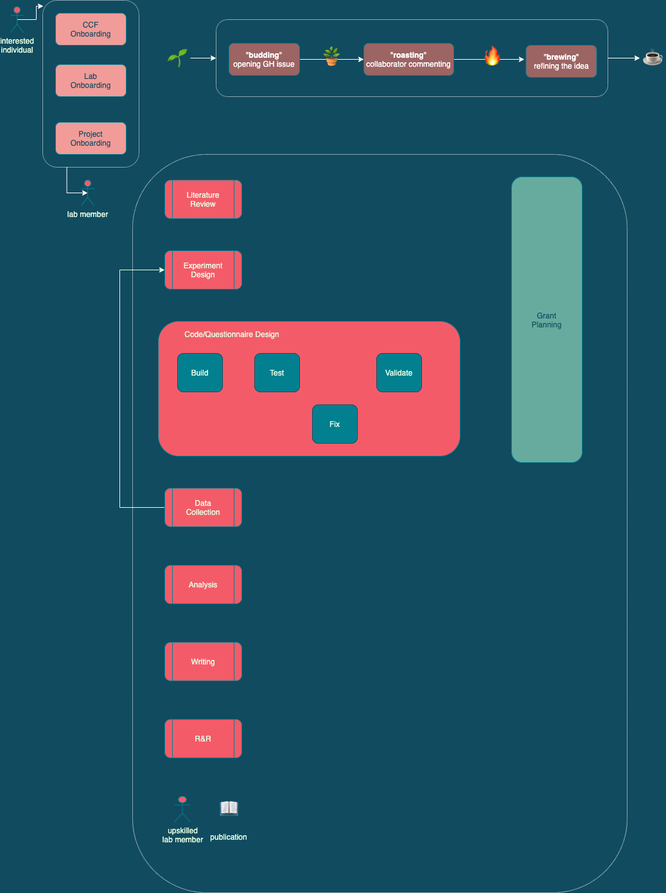
Above: Untitled Diagram.png in jessb0t/marathons (draw.io), before the change. Source tidied: cells renumbered, new cells last; positions are measured from the earlier drawing's top-left corner, leaving out a move shared by most shapes.
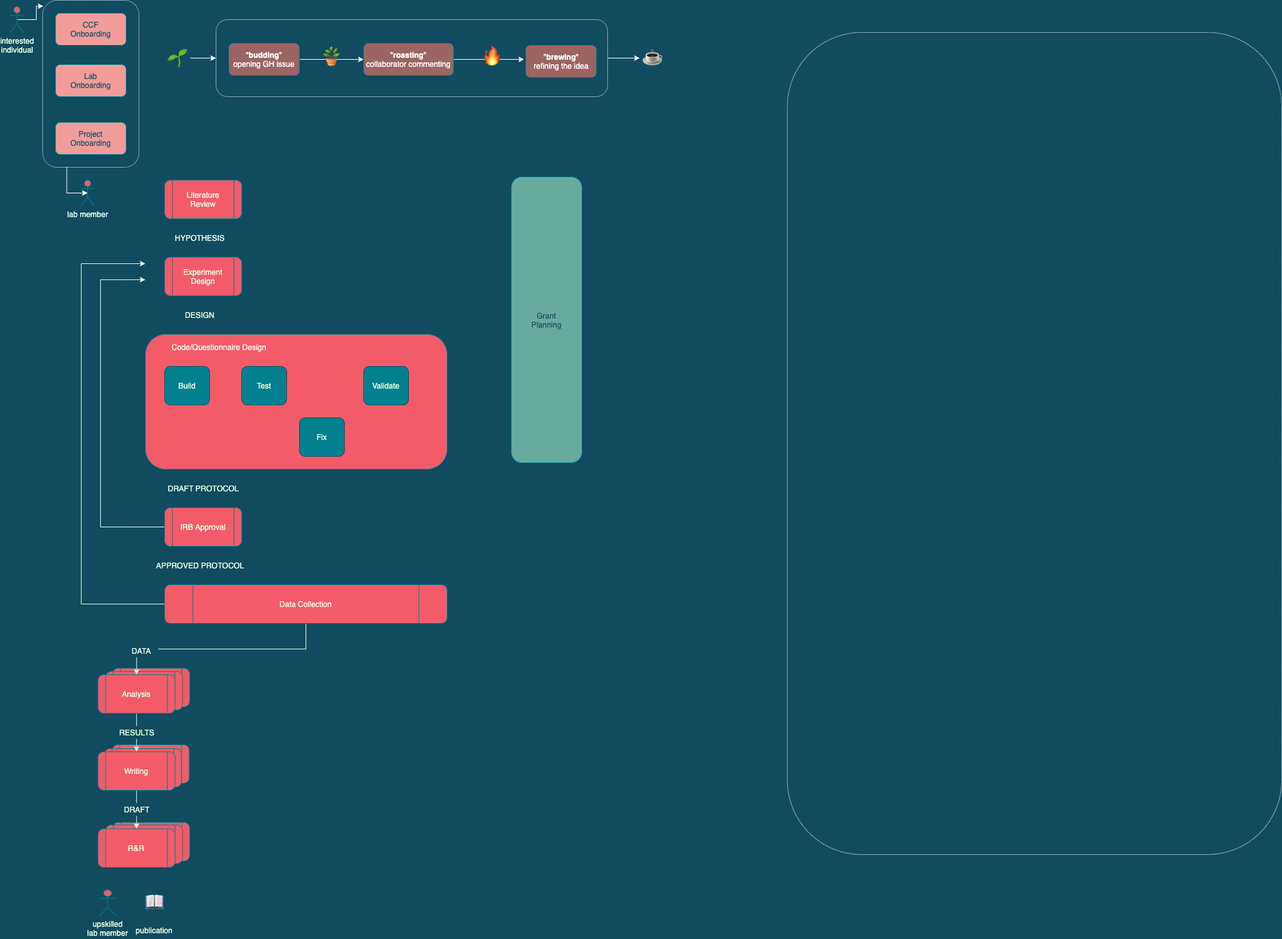
After the change.

Diff of the diagram source:
```diff
@@ -2,8 +2,26 @@
   <root>
     <mxCell id="0" />
     <mxCell id="1" parent="0" />
+    <mxCell id="39" value="R&amp;amp;R" style="shape=process;whiteSpace=wrap;html=1;backgroundOutline=1;rounded=1;sketch=0;fontColor=#E4FDE1;strokeColor=#028090;fillColor=#F45B69;shadow=0;" parent="1" vertex="1">
+      <mxGeometry x="159" y="1280" width="120" height="60" as="geometry" />
+    </mxCell>
+    <mxCell id="40" value="R&amp;amp;R" style="shape=process;whiteSpace=wrap;html=1;backgroundOutline=1;rounded=1;sketch=0;fontColor=#E4FDE1;strokeColor=#028090;fillColor=#F45B69;shadow=0;" parent="1" vertex="1">
+      <mxGeometry x="148" y="1284" width="120" height="60" as="geometry" />
+    </mxCell>
+    <mxCell id="41" value="Writing" style="shape=process;whiteSpace=wrap;html=1;backgroundOutline=1;rounded=1;sketch=0;fontColor=#E4FDE1;strokeColor=#028090;fillColor=#F45B69;shadow=0;" parent="1" vertex="1">
+      <mxGeometry x="158.2" y="1159" width="120" height="60" as="geometry" />
+    </mxCell>
+    <mxCell id="42" value="Writing" style="shape=process;whiteSpace=wrap;html=1;backgroundOutline=1;rounded=1;sketch=0;fontColor=#E4FDE1;strokeColor=#028090;fillColor=#F45B69;shadow=0;" parent="1" vertex="1">
+      <mxGeometry x="146.2" y="1165" width="120" height="60" as="geometry" />
+    </mxCell>
+    <mxCell id="43" value="Analysis" style="shape=process;whiteSpace=wrap;html=1;backgroundOutline=1;rounded=1;sketch=0;fontColor=#E4FDE1;strokeColor=#028090;fillColor=#F45B69;shadow=0;" parent="1" vertex="1">
+      <mxGeometry x="159" y="1040" width="120" height="60" as="geometry" />
+    </mxCell>
+    <mxCell id="44" value="Analysis" style="shape=process;whiteSpace=wrap;html=1;backgroundOutline=1;rounded=1;sketch=0;fontColor=#E4FDE1;strokeColor=#028090;fillColor=#F45B69;shadow=0;" parent="1" vertex="1">
+      <mxGeometry x="148" y="1045" width="120" height="60" as="geometry" />
+    </mxCell>
     <mxCell id="2" style="rounded=1;whiteSpace=wrap;html=1;shadow=0;dashed=1;dashPattern=1 1;fontSize=31;fontColor=#294540;strokeColor=#FFFFFF;fillColor=none;align=center;" parent="1" vertex="1">
-      <mxGeometry x="190" y="240" width="770" height="1150" as="geometry" />
+      <mxGeometry x="1210" y="50" width="770" height="1280" as="geometry" />
     </mxCell>
     <mxCell id="3" style="rounded=1;whiteSpace=wrap;html=1;shadow=0;dashed=1;dashPattern=1 1;fontSize=31;fontColor=#294540;strokeColor=#FFFFFF;fillColor=none;align=center;" parent="1" vertex="1">
       <mxGeometry x="320" y="30" width="610" height="120" as="geometry" />
@@ -12,48 +30,58 @@
       <mxGeometry x="240" y="280" width="120" height="60" as="geometry" />
     </mxCell>
     <mxCell id="5" value="Experiment&lt;br&gt;Design" style="shape=process;whiteSpace=wrap;html=1;backgroundOutline=1;rounded=1;sketch=0;fontColor=#E4FDE1;strokeColor=#028090;fillColor=#F45B69;" parent="1" vertex="1">
-      <mxGeometry x="240" y="390" width="120" height="60" as="geometry" />
+      <mxGeometry x="240" y="400" width="120" height="60" as="geometry" />
     </mxCell>
     <mxCell id="6" style="rounded=1;whiteSpace=wrap;html=1;sketch=0;fontColor=#E4FDE1;strokeColor=#028090;fillColor=#F45B69;" parent="1" vertex="1">
-      <mxGeometry x="230" y="500" width="470" height="210" as="geometry" />
+      <mxGeometry x="210" y="520" width="470" height="210" as="geometry" />
     </mxCell>
-    <mxCell id="7" style="edgeStyle=orthogonalEdgeStyle;rounded=0;jettySize=auto;html=1;exitX=0;exitY=0.5;exitDx=0;exitDy=0;entryX=0;entryY=0.5;entryDx=0;entryDy=0;fontSize=31;fontColor=#294540;strokeColor=#E4FDE1;" parent="1" edge="1" source="8" target="5">
-      <mxGeometry relative="1" as="geometry">
-        <Array as="points">
-          <mxPoint x="170" y="790" />
-          <mxPoint x="170" y="420" />
-        </Array>
-      </mxGeometry>
-    </mxCell>
+    <mxCell id="45" style="edgeStyle=orthogonalEdgeStyle;rounded=0;jettySize=auto;html=1;exitX=0;exitY=0.5;exitDx=0;exitDy=0;fontSize=12;fontColor=#E4FDE1;strokeColor=#E4FDE1;" parent="1" edge="1" source="8">
+      <mxGeometry relative="1" as="geometry">
+        <mxPoint x="210" y="410" as="targetPoint" />
+        <Array as="points">
+          <mxPoint x="110" y="940" />
+          <mxPoint x="110" y="410" />
+        </Array>
+      </mxGeometry>
+    </mxCell>
+    <mxCell id="46" style="edgeStyle=orthogonalEdgeStyle;rounded=0;jettySize=auto;html=1;exitX=0.5;exitY=1;exitDx=0;exitDy=0;fontSize=12;fontColor=#E4FDE1;strokeColor=#E4FDE1;" parent="1" edge="1" source="8" target="9">
+      <mxGeometry relative="1" as="geometry" />
+    </mxCell>
-    <mxCell id="8" value="Data&lt;br&gt;Collection" style="shape=process;whiteSpace=wrap;html=1;backgroundOutline=1;rounded=1;sketch=0;fontColor=#E4FDE1;strokeColor=#028090;fillColor=#F45B69;shadow=0;" parent="1" vertex="1">
-      <mxGeometry x="240" y="760" width="120" height="60" as="geometry" />
+    <mxCell id="8" value="Data Collection" style="shape=process;whiteSpace=wrap;html=1;backgroundOutline=1;rounded=1;sketch=0;fontColor=#E4FDE1;strokeColor=#028090;fillColor=#F45B69;shadow=0;" parent="1" vertex="1">
+      <mxGeometry x="240" y="910" width="440" height="60" as="geometry" />
     </mxCell>
+    <mxCell id="47" style="edgeStyle=orthogonalEdgeStyle;rounded=0;jettySize=auto;html=1;exitX=0.5;exitY=1;exitDx=0;exitDy=0;entryX=0.5;entryY=0;entryDx=0;entryDy=0;fontSize=12;fontColor=#E4FDE1;strokeColor=#E4FDE1;" parent="1" edge="1" source="9" target="10">
+      <mxGeometry relative="1" as="geometry" />
+    </mxCell>
     <mxCell id="9" value="Analysis" style="shape=process;whiteSpace=wrap;html=1;backgroundOutline=1;rounded=1;sketch=0;fontColor=#E4FDE1;strokeColor=#028090;fillColor=#F45B69;shadow=0;" parent="1" vertex="1">
-      <mxGeometry x="240" y="880" width="120" height="60" as="geometry" />
+      <mxGeometry x="136.2" y="1050" width="120" height="60" as="geometry" />
     </mxCell>
+    <mxCell id="48" style="edgeStyle=orthogonalEdgeStyle;rounded=0;jettySize=auto;html=1;exitX=0.5;exitY=1;exitDx=0;exitDy=0;entryX=0.5;entryY=0;entryDx=0;entryDy=0;fontSize=12;fontColor=#E4FDE1;strokeColor=#E4FDE1;" parent="1" edge="1" source="10" target="11">
+      <mxGeometry relative="1" as="geometry" />
+    </mxCell>
     <mxCell id="10" value="Writing" style="shape=process;whiteSpace=wrap;html=1;backgroundOutline=1;rounded=1;sketch=0;fontColor=#E4FDE1;strokeColor=#028090;fillColor=#F45B69;shadow=0;" parent="1" vertex="1">
-      <mxGeometry x="240" y="1000" width="120" height="60" as="geometry" />
+      <mxGeometry x="136.2" y="1170" width="120" height="60" as="geometry" />
     </mxCell>
     <mxCell id="11" value="R&amp;amp;R" style="shape=process;whiteSpace=wrap;html=1;backgroundOutline=1;rounded=1;sketch=0;fontColor=#E4FDE1;strokeColor=#028090;fillColor=#F45B69;shadow=0;" parent="1" vertex="1">
-      <mxGeometry x="240" y="1120" width="120" height="60" as="geometry" />
+      <mxGeometry x="136.2" y="1290" width="120" height="60" as="geometry" />
     </mxCell>
     <mxCell id="12" value="upskilled&lt;br&gt;lab member" style="shape=umlActor;verticalLabelPosition=bottom;verticalAlign=top;html=1;rounded=0;shadow=0;sketch=0;fontColor=#E4FDE1;strokeColor=#028090;fillColor=#F45B69;" parent="1" vertex="1">
-      <mxGeometry x="255" y="1240" width="25" height="40" as="geometry" />
+      <mxGeometry x="138.8" y="1385" width="25" height="40" as="geometry" />
     </mxCell>
     <mxCell id="13" value="Code/Questionnaire Design" style="text;html=1;strokeColor=none;fillColor=none;align=center;verticalAlign=middle;whiteSpace=wrap;rounded=0;shadow=0;sketch=0;fontColor=#E4FDE1;" parent="1" vertex="1">
-      <mxGeometry x="250" y="510" width="190" height="20" as="geometry" />
+      <mxGeometry x="230" y="530" width="190" height="20" as="geometry" />
     </mxCell>
     <mxCell id="14" value="Build" style="rounded=1;whiteSpace=wrap;html=1;shadow=0;sketch=0;fontColor=#E4FDE1;fillColor=#028090;strokeColor=#114B5F;" parent="1" vertex="1">
-      <mxGeometry x="260" y="550" width="70" height="60" as="geometry" />
+      <mxGeometry x="240" y="570" width="70" height="60" as="geometry" />
     </mxCell>
     <mxCell id="15" value="Test" style="rounded=1;whiteSpace=wrap;html=1;shadow=0;sketch=0;fontColor=#E4FDE1;fillColor=#028090;strokeColor=#114B5F;" parent="1" vertex="1">
-      <mxGeometry x="380" y="550" width="70" height="60" as="geometry" />
+      <mxGeometry x="360" y="570" width="70" height="60" as="geometry" />
     </mxCell>
     <mxCell id="16" value="Validate" style="rounded=1;whiteSpace=wrap;html=1;shadow=0;sketch=0;fontColor=#E4FDE1;fillColor=#028090;strokeColor=#114B5F;" parent="1" vertex="1">
-      <mxGeometry x="570" y="550" width="70" height="60" as="geometry" />
+      <mxGeometry x="550" y="570" width="70" height="60" as="geometry" />
     </mxCell>
     <mxCell id="17" value="Fix" style="rounded=1;whiteSpace=wrap;html=1;shadow=0;sketch=0;fontColor=#E4FDE1;fillColor=#028090;strokeColor=#114B5F;" parent="1" vertex="1">
-      <mxGeometry x="470" y="630" width="70" height="60" as="geometry" />
+      <mxGeometry x="450" y="650" width="70" height="60" as="geometry" />
     </mxCell>
     <mxCell id="18" value="&lt;font color=&quot;#114b5f&quot;&gt;CCF&lt;br&gt;Onboarding&lt;/font&gt;" style="rounded=1;whiteSpace=wrap;html=1;sketch=0;fontColor=#E4FDE1;strokeColor=#028090;gradientColor=none;fillColor=#F19C99;" parent="1" vertex="1">
       <mxGeometry x="70" y="20" width="110" height="50" as="geometry" />
@@ -122,7 +150,40 @@
       <mxGeometry x="470" y="63" width="60" height="50" as="geometry" />
     </mxCell>
     <mxCell id="38" value="📖&lt;br&gt;&lt;font style=&quot;font-size: 12px&quot; color=&quot;#e4fde1&quot;&gt;publication&lt;/font&gt;" style="text;whiteSpace=wrap;html=1;fontSize=31;fontColor=#294540;align=center;" parent="1" vertex="1">
-      <mxGeometry x="310" y="1235" width="60" height="50" as="geometry" />
+      <mxGeometry x="193.8" y="1380" width="60" height="50" as="geometry" />
     </mxCell>
+    <mxCell id="49" style="edgeStyle=orthogonalEdgeStyle;rounded=0;jettySize=auto;html=1;exitX=0;exitY=0.5;exitDx=0;exitDy=0;fontSize=31;fontColor=#294540;strokeColor=#E4FDE1;" parent="1" edge="1" source="50">
+      <mxGeometry relative="1" as="geometry">
+        <mxPoint x="210" y="435" as="targetPoint" />
+        <Array as="points">
+          <mxPoint x="140" y="820" />
+          <mxPoint x="140" y="435" />
+        </Array>
+      </mxGeometry>
+    </mxCell>
+    <mxCell id="50" value="IRB Approval" style="shape=process;whiteSpace=wrap;html=1;backgroundOutline=1;rounded=1;sketch=0;fontColor=#E4FDE1;strokeColor=#028090;fillColor=#F45B69;shadow=0;" parent="1" vertex="1">
+      <mxGeometry x="240" y="790" width="120" height="60" as="geometry" />
+    </mxCell>
+    <mxCell id="51" value="HYPOTHESIS" style="text;html=1;strokeColor=none;align=center;verticalAlign=middle;whiteSpace=wrap;rounded=0;shadow=0;dashed=1;dashPattern=1 1;fontSize=12;fontColor=#E4FDE1;fillColor=#114B5F;" parent="1" vertex="1">
+      <mxGeometry x="275" y="360" width="40" height="20" as="geometry" />
+    </mxCell>
+    <mxCell id="52" value="DESIGN" style="text;html=1;strokeColor=none;align=center;verticalAlign=middle;whiteSpace=wrap;rounded=0;shadow=0;dashed=1;dashPattern=1 1;fontSize=12;fontColor=#E4FDE1;fillColor=#114B5F;" parent="1" vertex="1">
+      <mxGeometry x="275" y="480" width="40" height="20" as="geometry" />
+    </mxCell>
+    <mxCell id="53" value="DRAFT PROTOCOL" style="text;html=1;strokeColor=none;align=center;verticalAlign=middle;whiteSpace=wrap;rounded=0;shadow=0;dashed=1;dashPattern=1 1;fontSize=12;fontColor=#E4FDE1;fillColor=#114B5F;" parent="1" vertex="1">
+      <mxGeometry x="212.5" y="750" width="175" height="20" as="geometry" />
+    </mxCell>
+    <mxCell id="54" value="APPROVED PROTOCOL" style="text;html=1;strokeColor=none;align=center;verticalAlign=middle;whiteSpace=wrap;rounded=0;shadow=0;dashed=1;dashPattern=1 1;fontSize=12;fontColor=#E4FDE1;fillColor=#114B5F;" parent="1" vertex="1">
+      <mxGeometry x="207.5" y="870" width="175" height="20" as="geometry" />
+    </mxCell>
+    <mxCell id="55" value="DATA" style="text;html=1;strokeColor=none;align=center;verticalAlign=middle;whiteSpace=wrap;rounded=0;shadow=0;dashed=1;dashPattern=1 1;fontSize=12;fontColor=#E4FDE1;fillColor=#114B5F;" parent="1" vertex="1">
+      <mxGeometry x="176.5" y="1003" width="53.5" height="20" as="geometry" />
+    </mxCell>
+    <mxCell id="56" value="RESULTS" style="text;html=1;strokeColor=none;align=center;verticalAlign=middle;whiteSpace=wrap;rounded=0;shadow=0;dashed=1;dashPattern=1 1;fontSize=12;fontColor=#E4FDE1;fillColor=#114B5F;" parent="1" vertex="1">
+      <mxGeometry x="162.5" y="1130" width="67.5" height="20" as="geometry" />
+    </mxCell>
+    <mxCell id="57" value="DRAFT" style="text;html=1;strokeColor=none;align=center;verticalAlign=middle;whiteSpace=wrap;rounded=0;shadow=0;dashed=1;dashPattern=1 1;fontSize=12;fontColor=#E4FDE1;fillColor=#114B5F;" parent="1" vertex="1">
+      <mxGeometry x="162.5" y="1250" width="67.5" height="20" as="geometry" />
+    </mxCell>
   </root>
 </mxGraphModel>
```
